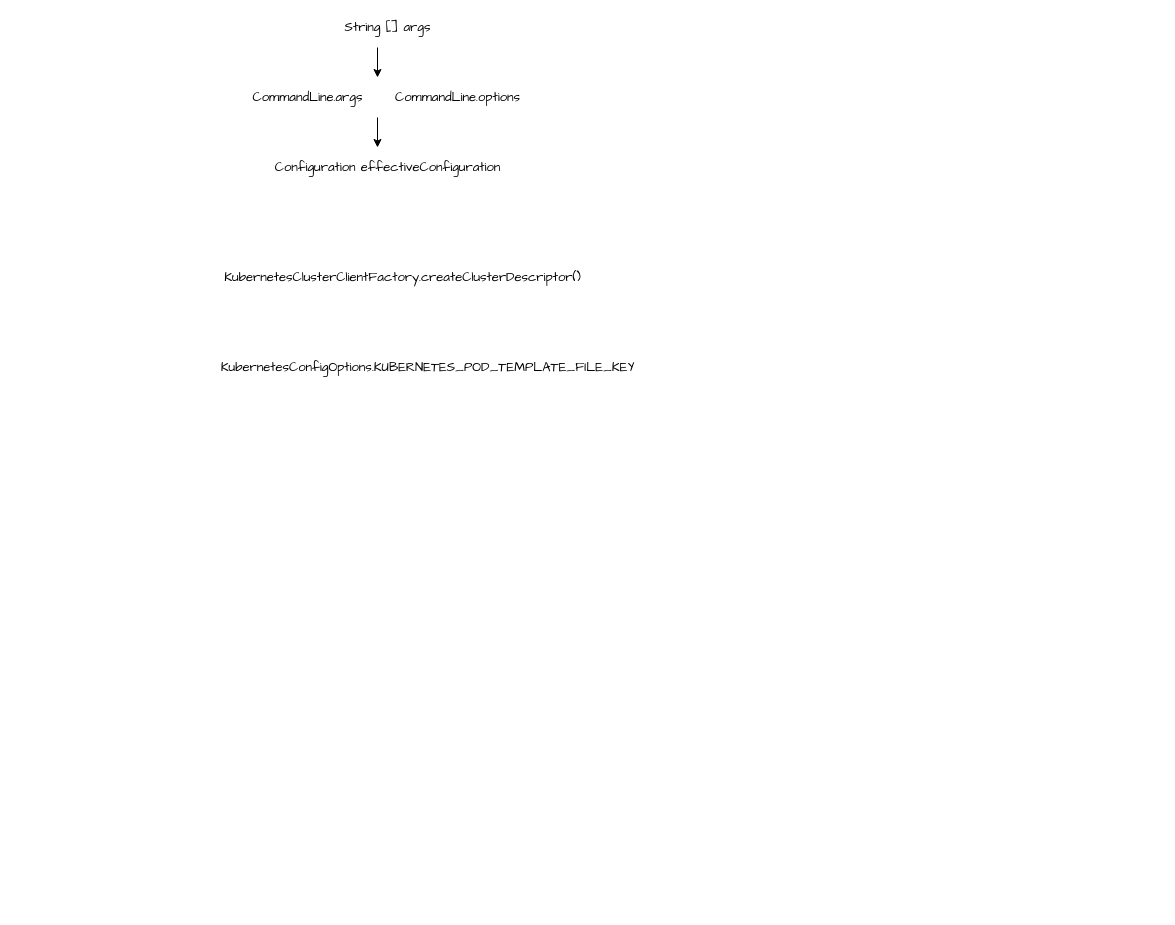
xinzhuxiansheng/blog-notes keeps this draw.io diagram as page "on K8s Application Mode" (4 of 4) of Drawio/Flink.drawio. Above is the earlier version. Source tidied: cells renumbered, new cells numbered last; positions are measured from the earlier drawing's top-left corner, leaving out a move shared by most shapes. Both pictures are drawn from the tidied source at 100%, with x=0, y=0 at pixel (207, 17).
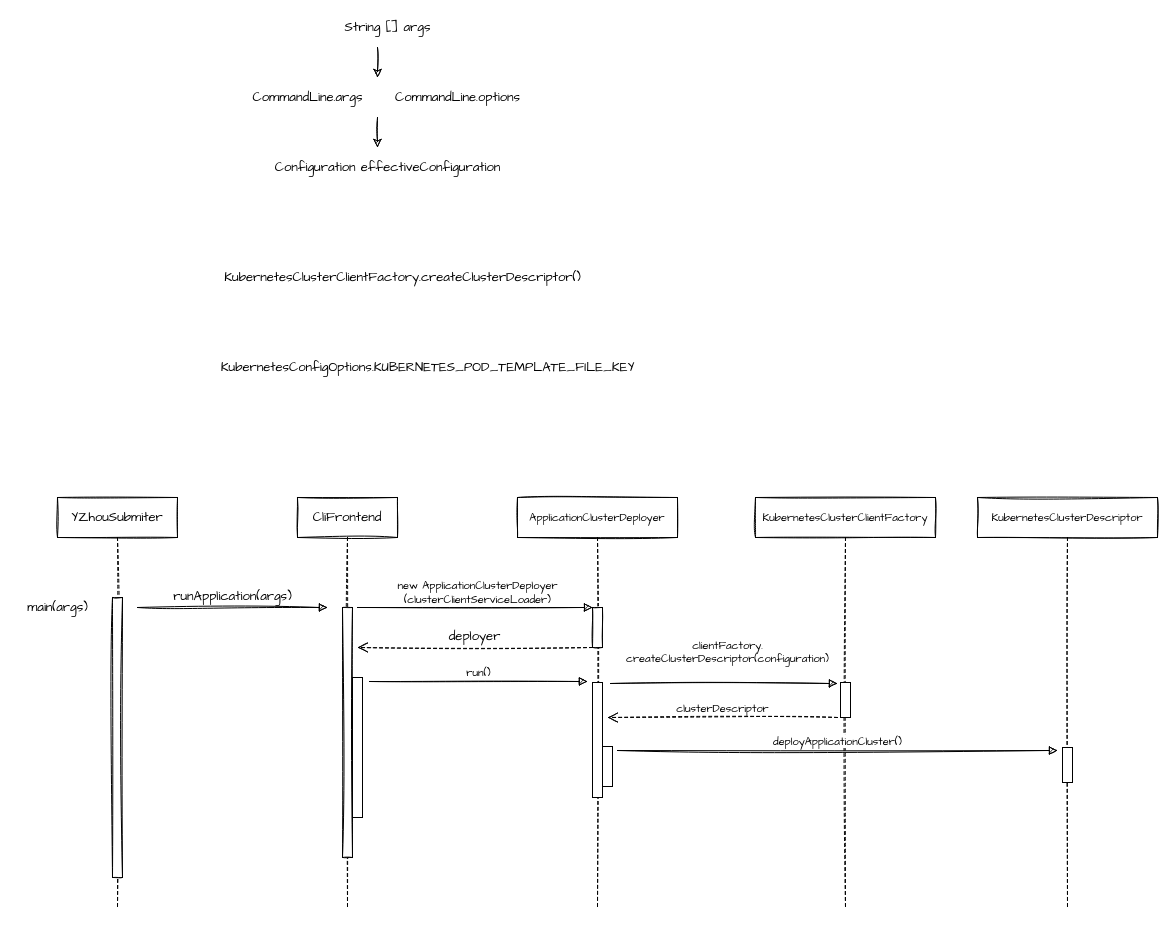
Above is the later version.

What changed in the source:
```diff
@@
-    <mxCell id="2" value="String [] args" style="text;html=1;align=center;verticalAlign=middle;strokeColor=none;fillColor=none;fontSize=13;fontFamily=Comic Sans MS;" parent="1" vertex="1">
+    <mxCell id="2" value="String [] args" style="text;html=1;align=center;verticalAlign=middle;strokeColor=none;fillColor=none;fontSize=13;fontFamily=Comic Sans MS;sketch=1;" parent="1" vertex="1">
       <mxGeometry x="130" width="100" height="20" as="geometry" />
     </mxCell>
-    <mxCell id="3" value="CommandLine.options" style="text;html=1;align=center;verticalAlign=middle;strokeColor=none;fillColor=none;fontSize=13;fontFamily=Comic Sans MS;" parent="1" vertex="1">
+    <mxCell id="3" value="CommandLine.options" style="text;html=1;align=center;verticalAlign=middle;strokeColor=none;fillColor=none;fontSize=13;fontFamily=Comic Sans MS;sketch=1;" parent="1" vertex="1">
       <mxGeometry x="180" y="70" width="140" height="20" as="geometry" />
     </mxCell>
-    <mxCell id="4" value="CommandLine.args" style="text;html=1;align=center;verticalAlign=middle;strokeColor=none;fillColor=none;fontSize=13;fontFamily=Comic Sans MS;" parent="1" vertex="1">
+    <mxCell id="4" value="CommandLine.args" style="text;html=1;align=center;verticalAlign=middle;strokeColor=none;fillColor=none;fontSize=13;fontFamily=Comic Sans MS;sketch=1;" parent="1" vertex="1">
       <mxGeometry x="35" y="70" width="130" height="20" as="geometry" />
     </mxCell>
-    <mxCell id="5" value="Configuration effectiveConfiguration" style="text;html=1;align=center;verticalAlign=middle;strokeColor=none;fillColor=none;fontSize=13;fontFamily=Comic Sans MS;" parent="1" vertex="1">
+    <mxCell id="5" value="Configuration effectiveConfiguration" style="text;html=1;align=center;verticalAlign=middle;strokeColor=none;fillColor=none;fontSize=13;fontFamily=Comic Sans MS;sketch=1;" parent="1" vertex="1">
       <mxGeometry x="60" y="140" width="240" height="20" as="geometry" />
     </mxCell>
-    <mxCell id="6" style="endArrow=classic;html=1;rounded=0;fontFamily=Comic Sans MS;fontSize=13;" parent="1" edge="1">
+    <mxCell id="6" style="endArrow=classic;html=1;rounded=0;fontFamily=Comic Sans MS;fontSize=13;sketch=1;" parent="1" edge="1">
       <mxGeometry relative="1" as="geometry">
         <mxPoint x="170" y="30" as="sourcePoint" />
         <mxPoint x="170" y="60" as="targetPoint" />
       </mxGeometry>
     </mxCell>
-    <mxCell id="7" style="endArrow=classic;html=1;rounded=0;fontFamily=Comic Sans MS;fontSize=13;" parent="1" edge="1">
+    <mxCell id="7" style="endArrow=classic;html=1;rounded=0;fontFamily=Comic Sans MS;fontSize=13;sketch=1;" parent="1" edge="1">
       <mxGeometry relative="1" as="geometry">
         <mxPoint x="170" y="100" as="sourcePoint" />
         <mxPoint x="170" y="130" as="targetPoint" />
       </mxGeometry>
     </mxCell>
-    <mxCell id="8" value="KubernetesClusterClientFactory.createClusterDescriptor()" style="text;html=1;align=center;verticalAlign=middle;strokeColor=none;fillColor=none;fontSize=13;fontFamily=Comic Sans MS;" parent="1" vertex="1">
+    <mxCell id="8" value="KubernetesClusterClientFactory.createClusterDescriptor()" style="text;html=1;align=center;verticalAlign=middle;strokeColor=none;fillColor=none;fontSize=13;fontFamily=Comic Sans MS;sketch=1;" parent="1" vertex="1">
       <mxGeometry x="10" y="250" width="370" height="20" as="geometry" />
     </mxCell>
-    <mxCell id="9" value="KubernetesConfigOptions.KUBERNETES_POD_TEMPLATE_FILE_KEY" style="text;html=1;align=center;verticalAlign=middle;strokeColor=none;fillColor=none;fontSize=13;fontFamily=Comic Sans MS;" parent="1" vertex="1">
+    <mxCell id="9" value="KubernetesConfigOptions.KUBERNETES_POD_TEMPLATE_FILE_KEY" style="text;html=1;align=center;verticalAlign=middle;strokeColor=none;fillColor=none;fontSize=13;fontFamily=Comic Sans MS;sketch=1;" parent="1" vertex="1">
       <mxGeometry y="340" width="440" height="20" as="geometry" />
     </mxCell>
+    <mxCell id="10" value="YZhouSubmiter" style="shape=umlLifeline;perimeter=lifelinePerimeter;whiteSpace=wrap;html=1;sketch=1;fontFamily=Comic Sans MS;fontSize=13;" parent="1" vertex="1">
+      <mxGeometry x="-150" y="480" width="120" height="410" as="geometry" />
+    </mxCell>
+    <mxCell id="11" style="html=1;perimeter=orthogonalPerimeter;sketch=1;fontFamily=Comic Sans MS;fontSize=13;" parent="10" vertex="1">
+      <mxGeometry x="55" y="100" width="10" height="280" as="geometry" />
+    </mxCell>
+    <mxCell id="12" value="CliFrontend" style="shape=umlLifeline;perimeter=lifelinePerimeter;whiteSpace=wrap;html=1;sketch=1;fontFamily=Comic Sans MS;fontSize=13;" parent="1" vertex="1">
+      <mxGeometry x="90" y="480" width="100" height="410" as="geometry" />
+    </mxCell>
+    <mxCell id="13" style="html=1;perimeter=orthogonalPerimeter;fontFamily=Comic Sans MS;fontSize=13;sketch=1;" parent="12" vertex="1">
+      <mxGeometry x="45" y="110" width="10" height="250" as="geometry" />
+    </mxCell>
+    <mxCell id="14" style="html=1;perimeter=orthogonalPerimeter;fontFamily=Comic Sans MS;fontSize=11;" parent="12" vertex="1">
+      <mxGeometry x="55" y="180" width="10" height="140" as="geometry" />
+    </mxCell>
+    <mxCell id="15" value="runApplication(args)" style="html=1;verticalAlign=bottom;endArrow=block;rounded=0;sketch=1;fontFamily=Comic Sans MS;fontSize=13;" parent="1" edge="1">
+      <mxGeometry relative="1" as="geometry">
+        <mxPoint x="-70" y="590" as="sourcePoint" />
+        <mxPoint x="120" y="590" as="targetPoint" />
+      </mxGeometry>
+    </mxCell>
+    <mxCell id="16" value="main(args)" style="text;html=1;align=center;verticalAlign=middle;strokeColor=none;fillColor=none;fontSize=13;fontFamily=Comic Sans MS;sketch=1;" parent="1" vertex="1">
+      <mxGeometry x="-190" y="580" width="80" height="20" as="geometry" />
+    </mxCell>
+    <mxCell id="17" style="html=1;verticalAlign=bottom;endArrow=block;entryX=0;entryY=0;rounded=0;sketch=1;fontFamily=Comic Sans MS;fontSize=13;" parent="1" edge="1" target="21">
+      <mxGeometry relative="1" as="geometry">
+        <mxPoint x="150" y="590" as="sourcePoint" />
+      </mxGeometry>
+    </mxCell>
+    <mxCell id="18" value="deployer" style="html=1;verticalAlign=bottom;endArrow=open;dashed=1;endSize=8;rounded=0;sketch=1;fontFamily=Comic Sans MS;fontSize=13;" parent="1" edge="1" source="21">
+      <mxGeometry relative="1" as="geometry">
+        <mxPoint x="150" y="630" as="targetPoint" />
+      </mxGeometry>
+    </mxCell>
+    <mxCell id="19" value="new ApplicationClusterDeployer&lt;br style=&quot;font-size: 11px;&quot;&gt;(clusterClientServiceLoader)" style="text;html=1;align=center;verticalAlign=middle;strokeColor=none;fillColor=none;fontSize=11;fontFamily=Comic Sans MS;sketch=1;" parent="1" vertex="1">
+      <mxGeometry x="180" y="560" width="180" height="30" as="geometry" />
+    </mxCell>
+    <mxCell id="20" value="ApplicationClusterDeployer" style="shape=umlLifeline;perimeter=lifelinePerimeter;whiteSpace=wrap;html=1;fontFamily=Comic Sans MS;fontSize=11;sketch=1;" parent="1" vertex="1">
+      <mxGeometry x="310" y="480" width="160" height="410" as="geometry" />
+    </mxCell>
+    <mxCell id="21" style="html=1;points=[];perimeter=orthogonalPerimeter;fontFamily=Comic Sans MS;fontSize=13;sketch=1;" parent="20" vertex="1">
+      <mxGeometry x="75" y="110" width="10" height="40" as="geometry" />
+    </mxCell>
+    <mxCell id="22" style="html=1;perimeter=orthogonalPerimeter;fontFamily=Comic Sans MS;fontSize=11;" parent="20" vertex="1">
+      <mxGeometry x="75" y="185" width="10" height="115" as="geometry" />
+    </mxCell>
+    <mxCell id="23" value="clientFactory.&lt;br&gt;createClusterDescriptor(configuration)" style="html=1;verticalAlign=bottom;endArrow=block;rounded=0;sketch=1;fontFamily=Comic Sans MS;fontSize=11;" parent="20" edge="1">
+      <mxGeometry x="0.03" y="16" relative="1" as="geometry">
+        <mxPoint x="93" y="186" as="sourcePoint" />
+        <mxPoint x="320" y="186" as="targetPoint" />
+      </mxGeometry>
+    </mxCell>
+    <mxCell id="24" value="clusterDescriptor" style="html=1;verticalAlign=bottom;endArrow=open;dashed=1;endSize=8;rounded=0;sketch=1;fontFamily=Comic Sans MS;fontSize=11;" parent="20" edge="1">
+      <mxGeometry relative="1" as="geometry">
+        <mxPoint x="320" y="220" as="sourcePoint" />
+        <mxPoint x="90" y="220" as="targetPoint" />
+      </mxGeometry>
+    </mxCell>
+    <mxCell id="25" style="html=1;perimeter=orthogonalPerimeter;fontFamily=Comic Sans MS;fontSize=11;" parent="20" vertex="1">
+      <mxGeometry x="85" y="249" width="10" height="40" as="geometry" />
+    </mxCell>
+    <mxCell id="26" value="run()" style="html=1;verticalAlign=bottom;endArrow=block;rounded=0;sketch=1;fontFamily=Comic Sans MS;fontSize=11;" parent="1" edge="1">
+      <mxGeometry relative="1" as="geometry">
+        <mxPoint x="162" y="664" as="sourcePoint" />
+        <mxPoint x="380" y="664" as="targetPoint" />
+      </mxGeometry>
+    </mxCell>
+    <mxCell id="27" value="KubernetesClusterClientFactory" style="shape=umlLifeline;perimeter=lifelinePerimeter;whiteSpace=wrap;html=1;fontFamily=Comic Sans MS;fontSize=11;sketch=1;" parent="1" vertex="1">
+      <mxGeometry x="548" y="480" width="180" height="410" as="geometry" />
+    </mxCell>
+    <mxCell id="28" style="html=1;perimeter=orthogonalPerimeter;fontFamily=Comic Sans MS;fontSize=11;" parent="27" vertex="1">
+      <mxGeometry x="85" y="185" width="10" height="35" as="geometry" />
+    </mxCell>
+    <mxCell id="29" value="KubernetesClusterDescriptor" style="shape=umlLifeline;perimeter=lifelinePerimeter;whiteSpace=wrap;html=1;fontFamily=Comic Sans MS;fontSize=11;sketch=1;" parent="1" vertex="1">
+      <mxGeometry x="770" y="480" width="180" height="410" as="geometry" />
+    </mxCell>
+    <mxCell id="30" style="html=1;perimeter=orthogonalPerimeter;fontFamily=Comic Sans MS;fontSize=11;" parent="29" vertex="1">
+      <mxGeometry x="85" y="250" width="10" height="35" as="geometry" />
+    </mxCell>
+    <mxCell id="31" value="deployApplicationCluster()" style="html=1;verticalAlign=bottom;endArrow=block;rounded=0;sketch=1;fontFamily=Comic Sans MS;fontSize=11;" parent="1" edge="1">
+      <mxGeometry relative="1" as="geometry">
+        <mxPoint x="410" y="733" as="sourcePoint" />
+        <mxPoint x="850" y="733" as="targetPoint" />
+      </mxGeometry>
+    </mxCell>
```
